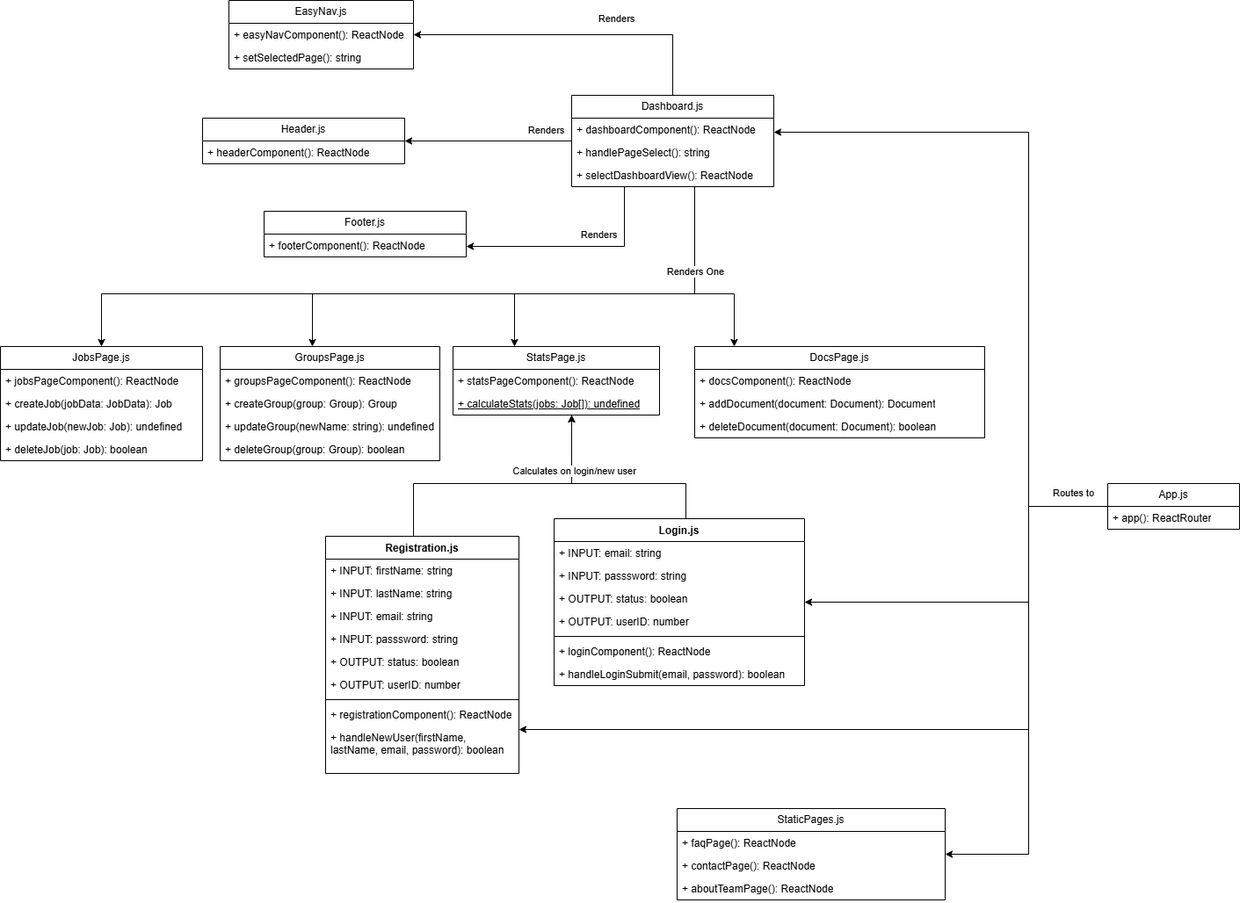
Before: Documentation/diagrams/component/component-diagram.drawio.png, a diagram exported from draw.io (Masonluna/BusyBee). Source tidied: cells renumbered, new cells last; positions are measured from the earlier drawing's top-left corner, leaving out a move shared by most shapes.
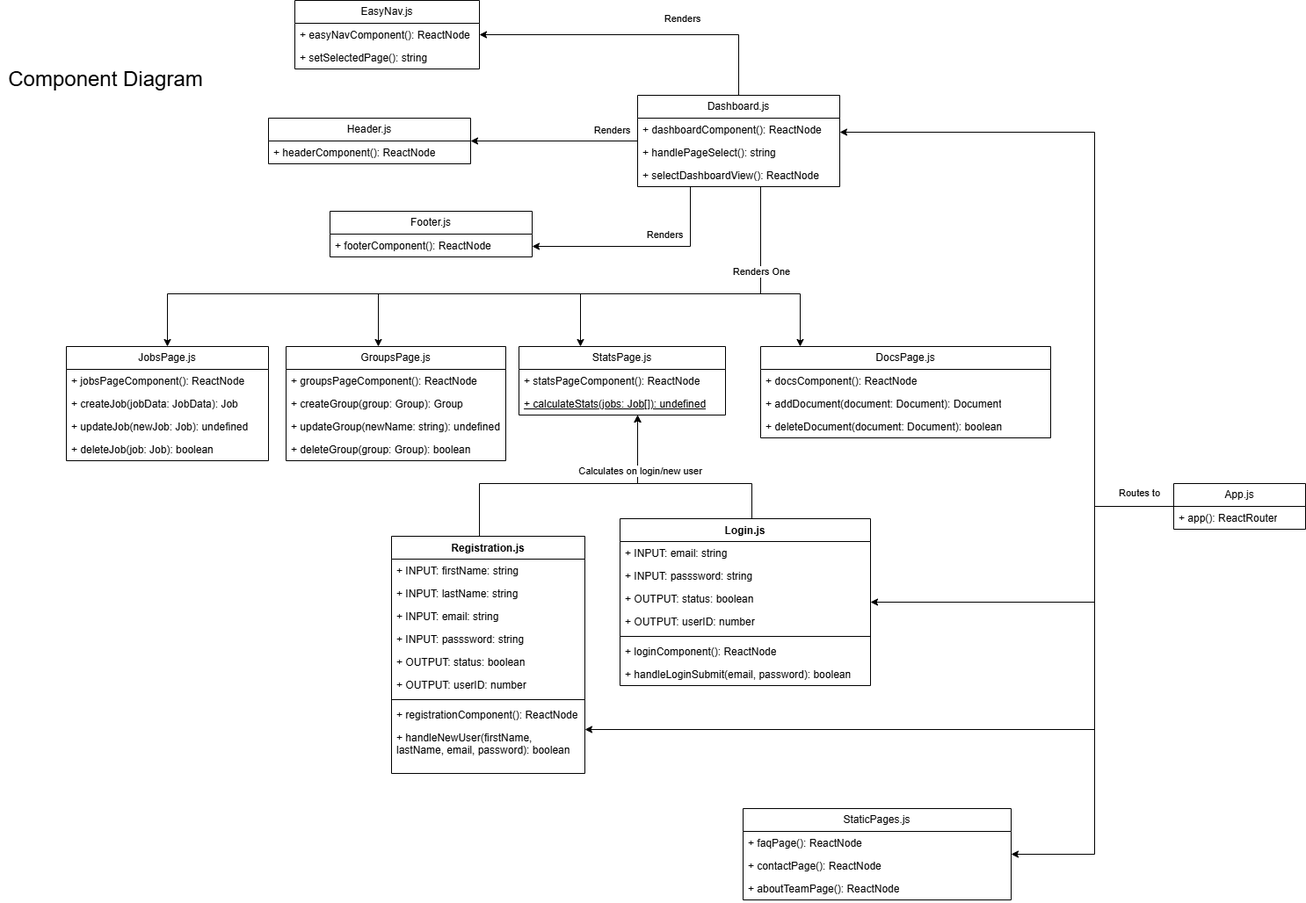
Above is the later version.

Commit message:
Added titles to component diagrams

Diff of the diagram source:
```diff
@@ -285,5 +285,8 @@
         <mxPoint x="50" y="-66" as="offset" />
       </mxGeometry>
     </mxCell>
+    <mxCell id="73" value="Component Diagram" style="text;html=1;align=center;verticalAlign=middle;whiteSpace=wrap;rounded=0;fontSize=24;" parent="1" vertex="1">
+      <mxGeometry x="-75" y="40" width="240" height="100" as="geometry" />
+    </mxCell>
   </root>
 </mxGraphModel>
```
